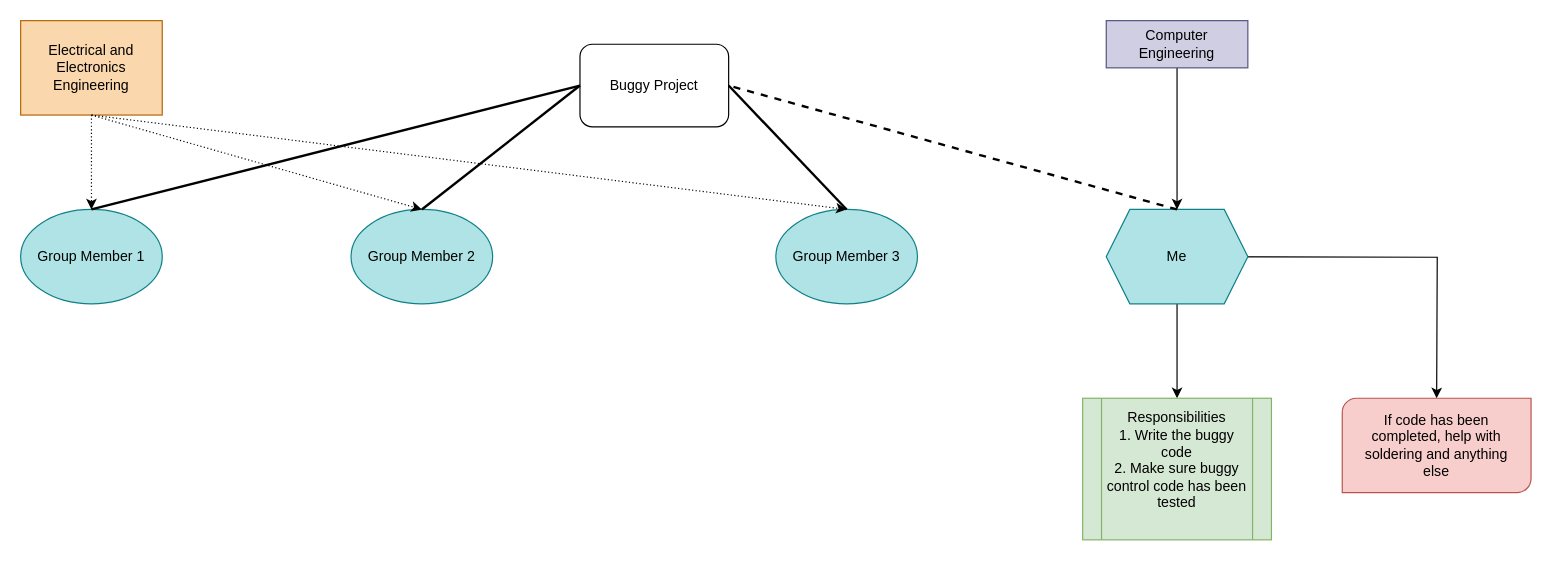
Earlier version of the draw.io diagram BuggyProjectPlan.drawio (SahasT23/UniversityNotesNClEngineeringtrial). Source tidied: cells renumbered, new cells numbered last; positions are measured from the earlier drawing's top-left corner, leaving out a move shared by most shapes. Both pictures are drawn from the tidied source at 118%, with x=0, y=0 at pixel (20, 20).
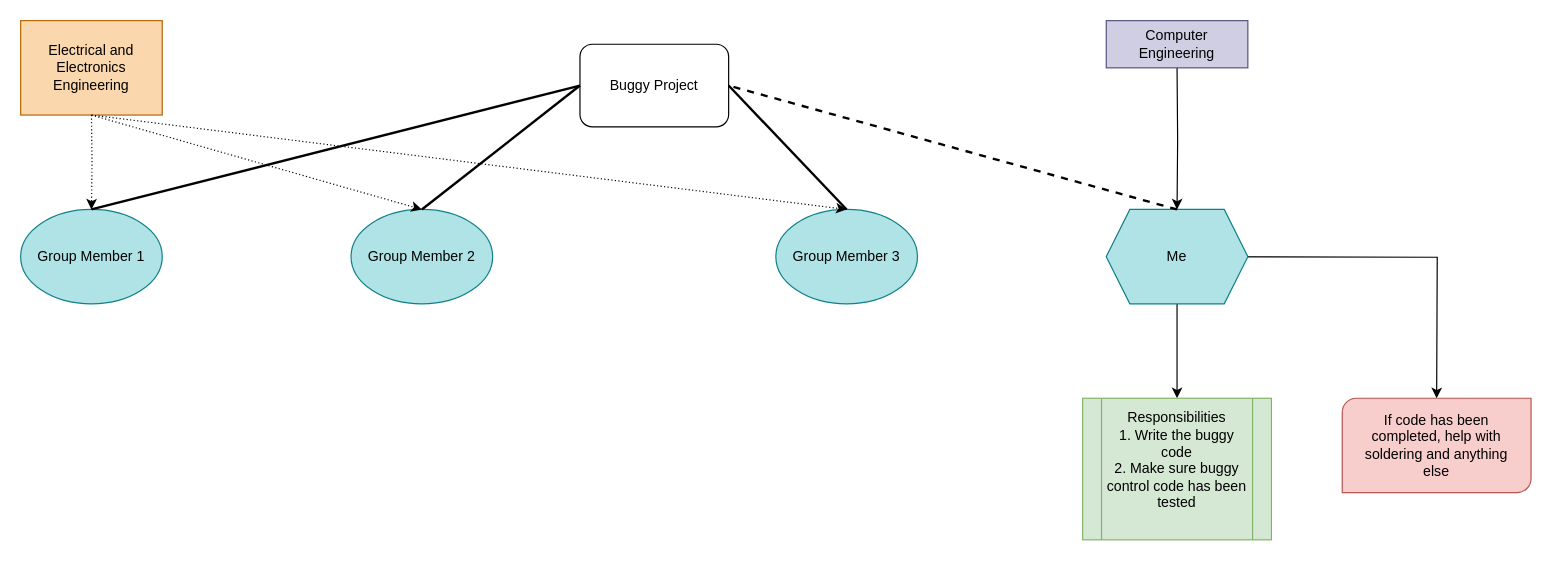
Above is the later version.

The change refers to these unchanged cells:
```xml
<mxCell id="3" value="Group Member 1" style="ellipse;whiteSpace=wrap;html=1;fillColor=#b0e3e6;strokeColor=#0e8088;" parent="1" vertex="1">
  <mxGeometry y="160" width="120" height="80" as="geometry" />
</mxCell>
<mxCell id="5" value="Group Member 3" style="ellipse;whiteSpace=wrap;html=1;fillColor=#b0e3e6;strokeColor=#0e8088;" parent="1" vertex="1">
  <mxGeometry x="640" y="160" width="120" height="80" as="geometry" />
</mxCell>
<mxCell id="8" value="Me" style="shape=hexagon;perimeter=hexagonPerimeter2;whiteSpace=wrap;html=1;fixedSize=1;fillColor=#b0e3e6;strokeColor=#0e8088;" parent="1" vertex="1">
  <mxGeometry x="920" y="160" width="120" height="80" as="geometry" />
</mxCell>
<mxCell id="18" value="Computer Engineering" style="rounded=0;whiteSpace=wrap;html=1;fillColor=#d0cee2;strokeColor=#56517e;" parent="1" vertex="1">
  <mxGeometry x="920" width="120" height="40" as="geometry" />
</mxCell>
<mxCell id="20" value="Electrical and Electronics Engineering" style="rounded=0;whiteSpace=wrap;html=1;fillColor=#fad7ac;strokeColor=#b46504;" parent="1" vertex="1">
  <mxGeometry width="120" height="80" as="geometry" />
</mxCell>
```

What changed in the source:
```diff
@@
-    <mxCell id="17" style="edgeStyle=orthogonalEdgeStyle;rounded=0;jettySize=auto;html=1;exitX=0.5;exitY=1;exitDx=0;exitDy=0;entryX=0.5;entryY=0;entryDx=0;entryDy=0;" parent="1" edge="1" source="18" target="8">
-      <mxGeometry relative="1" as="geometry" />
+    <mxCell id="17" style="edgeStyle=orthogonalEdgeStyle;rounded=0;jettySize=auto;html=1;exitX=0.5;exitY=1;exitDx=0;exitDy=0;entryX=0.5;entryY=0;entryDx=0;entryDy=0;" parent="1" edge="1" target="8">
+      <mxGeometry relative="1" as="geometry">
+        <mxPoint x="980" y="40" as="sourcePoint" />
+      </mxGeometry>
     </mxCell>
@@
-    <mxCell id="19" style="edgeStyle=orthogonalEdgeStyle;rounded=0;jettySize=auto;html=1;exitX=0.5;exitY=1;exitDx=0;exitDy=0;dashed=1;dashPattern=1 2;" parent="1" edge="1" source="20" target="3">
-      <mxGeometry relative="1" as="geometry" />
+    <mxCell id="19" style="edgeStyle=orthogonalEdgeStyle;rounded=0;jettySize=auto;html=1;exitX=0.5;exitY=1;exitDx=0;exitDy=0;dashed=1;dashPattern=1 2;" parent="1" edge="1" target="3">
+      <mxGeometry relative="1" as="geometry">
+        <mxPoint x="60" y="80" as="sourcePoint" />
+      </mxGeometry>
     </mxCell>
@@
-    <mxCell id="21" style="endArrow=classic;startArrow=none;html=1;rounded=0;exitX=0.5;exitY=1;exitDx=0;exitDy=0;dashed=1;dashPattern=1 2;startFill=0;" parent="1" edge="1" source="20">
+    <mxCell id="21" style="endArrow=classic;startArrow=none;html=1;rounded=0;exitX=0.5;exitY=1;exitDx=0;exitDy=0;dashed=1;dashPattern=1 2;startFill=0;" parent="1" edge="1">
       <mxGeometry relative="1" as="geometry">
+        <mxPoint x="60" y="80" as="sourcePoint" />
         <mxPoint x="340" y="160" as="targetPoint" />
       </mxGeometry>
     </mxCell>
-    <mxCell id="22" style="endArrow=classic;html=1;rounded=0;exitX=0.5;exitY=1;exitDx=0;exitDy=0;entryX=0.5;entryY=0;entryDx=0;entryDy=0;dashed=1;dashPattern=1 2;" parent="1" edge="1" source="20" target="5">
-      <mxGeometry relative="1" as="geometry" />
+    <mxCell id="22" style="endArrow=classic;html=1;rounded=0;exitX=0.5;exitY=1;exitDx=0;exitDy=0;entryX=0.5;entryY=0;entryDx=0;entryDy=0;dashed=1;dashPattern=1 2;" parent="1" edge="1" target="5">
+      <mxGeometry relative="1" as="geometry">
+        <mxPoint x="60" y="80" as="sourcePoint" />
+      </mxGeometry>
     </mxCell>
```
